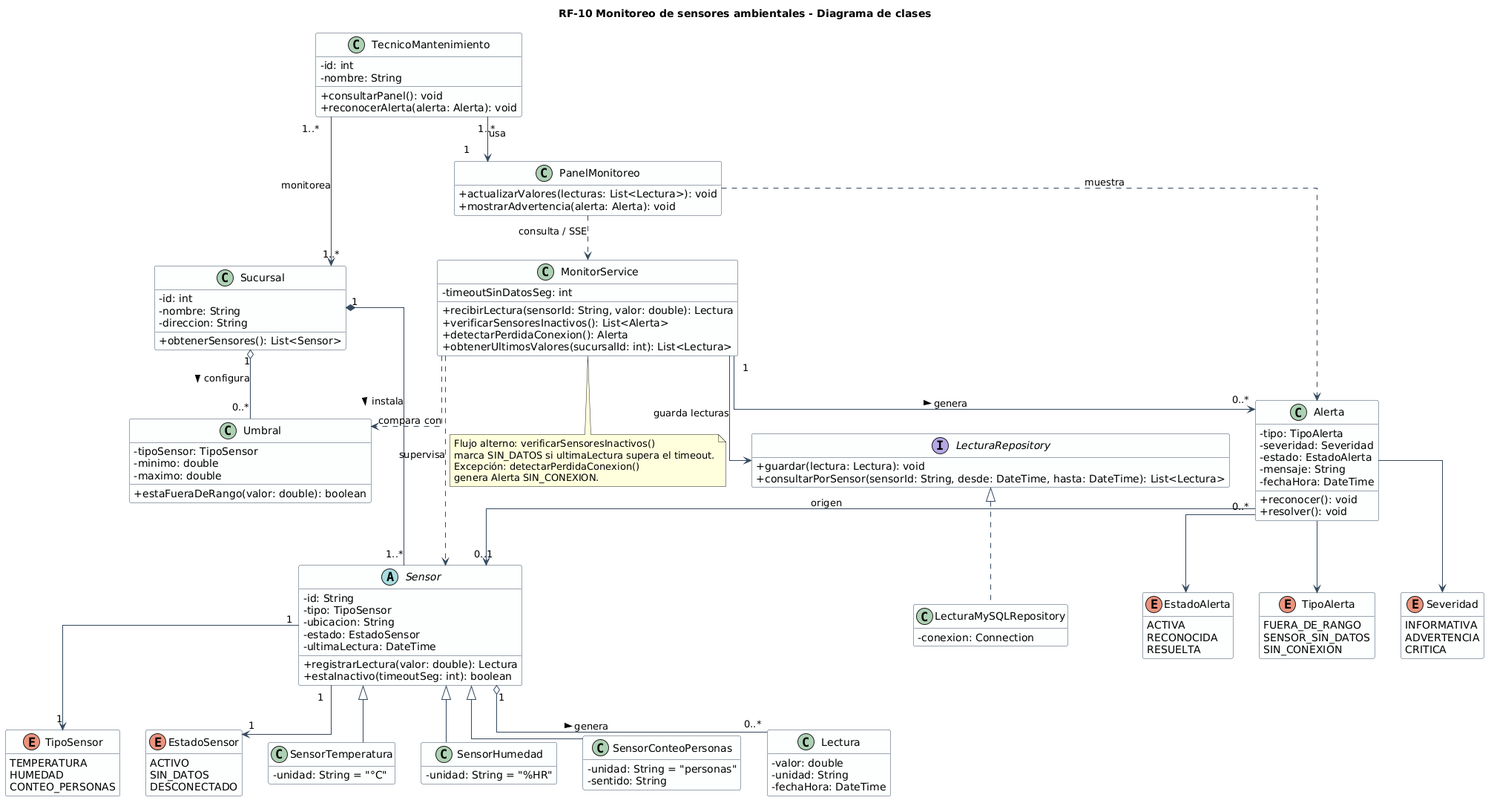
Earlier version of the PlantUML export etapa3/semana12-avance1/diagramas/clases_rf10.png (Reas0nt/BookVerse). The source it was exported from:
```plantuml
@startuml clases_rf10
title RF-10 Monitoreo de sensores ambientales - Diagrama de clases
skinparam classAttributeIconSize 0
skinparam shadowing false
skinparam linetype ortho
skinparam class {
  BackgroundColor #FDFEFE
  BorderColor #34495E
  ArrowColor #34495E
}
hide empty members

enum TipoSensor {
  TEMPERATURA
  HUMEDAD
  CONTEO_PERSONAS
}

enum EstadoSensor {
  ACTIVO
  SIN_DATOS
  DESCONECTADO
}

enum TipoAlerta {
  FUERA_DE_RANGO
  SENSOR_SIN_DATOS
  SIN_CONEXION
}

enum Severidad {
  INFORMATIVA
  ADVERTENCIA
  CRITICA
}

enum EstadoAlerta {
  ACTIVA
  RECONOCIDA
  RESUELTA
}

class Sucursal {
  - id: int
  - nombre: String
  - direccion: String
  + obtenerSensores(): List<Sensor>
}

abstract class Sensor {
  - id: String
  - tipo: TipoSensor
  - ubicacion: String
  - estado: EstadoSensor
  - ultimaLectura: DateTime
  + registrarLectura(valor: double): Lectura
  + estaInactivo(timeoutSeg: int): boolean
}

class SensorTemperatura {
  - unidad: String = "°C"
}

class SensorHumedad {
  - unidad: String = "%HR"
}

class SensorConteoPersonas {
  - unidad: String = "personas"
  - sentido: String
}

class Lectura {
  - valor: double
  - unidad: String
  - fechaHora: DateTime
}

class Umbral {
  - tipoSensor: TipoSensor
  - minimo: double
  - maximo: double
  + estaFueraDeRango(valor: double): boolean
}

class Alerta {
  - tipo: TipoAlerta
  - severidad: Severidad
  - estado: EstadoAlerta
  - mensaje: String
  - fechaHora: DateTime
  + reconocer(): void
  + resolver(): void
}

class MonitorService {
  - timeoutSinDatosSeg: int
  + recibirLectura(sensorId: String, valor: double): Lectura
  + verificarSensoresInactivos(): List<Alerta>
  + detectarPerdidaConexion(): Alerta
  + obtenerUltimosValores(sucursalId: int): List<Lectura>
}

interface LecturaRepository {
  + guardar(lectura: Lectura): void
  + consultarPorSensor(sensorId: String, desde: DateTime, hasta: DateTime): List<Lectura>
}

class LecturaMySQLRepository {
  - conexion: Connection
}

class PanelMonitoreo {
  + actualizarValores(lecturas: List<Lectura>): void
  + mostrarAdvertencia(alerta: Alerta): void
}

class TecnicoMantenimiento {
  - id: int
  - nombre: String
  + consultarPanel(): void
  + reconocerAlerta(alerta: Alerta): void
}

Sensor <|-- SensorTemperatura
Sensor <|-- SensorHumedad
Sensor <|-- SensorConteoPersonas

Sucursal "1" *-- "1..*" Sensor : instala >
Sensor "1" o-- "0..*" Lectura : genera >
Sensor "1" --> "1" TipoSensor
Sensor "1" --> "1" EstadoSensor
Sucursal "1" o-- "0..*" Umbral : configura >

MonitorService ..> Sensor : supervisa
MonitorService ..> Umbral : compara con
MonitorService "1" --> "0..*" Alerta : genera >
MonitorService --> LecturaRepository : guarda lecturas
LecturaRepository <|.. LecturaMySQLRepository
Alerta "0..*" --> "0..1" Sensor : origen
Alerta --> TipoAlerta
Alerta --> Severidad
Alerta --> EstadoAlerta

PanelMonitoreo ..> MonitorService : consulta / SSE
PanelMonitoreo ..> Alerta : muestra
TecnicoMantenimiento "1..*" --> "1" PanelMonitoreo : usa
TecnicoMantenimiento "1..*" --> "1..*" Sucursal : monitorea

note bottom of MonitorService
  Flujo alterno: verificarSensoresInactivos()
  marca SIN_DATOS si ultimaLectura supera el timeout.
  Excepción: detectarPerdidaConexion()
  genera Alerta SIN_CONEXION.
end note
@enduml
```
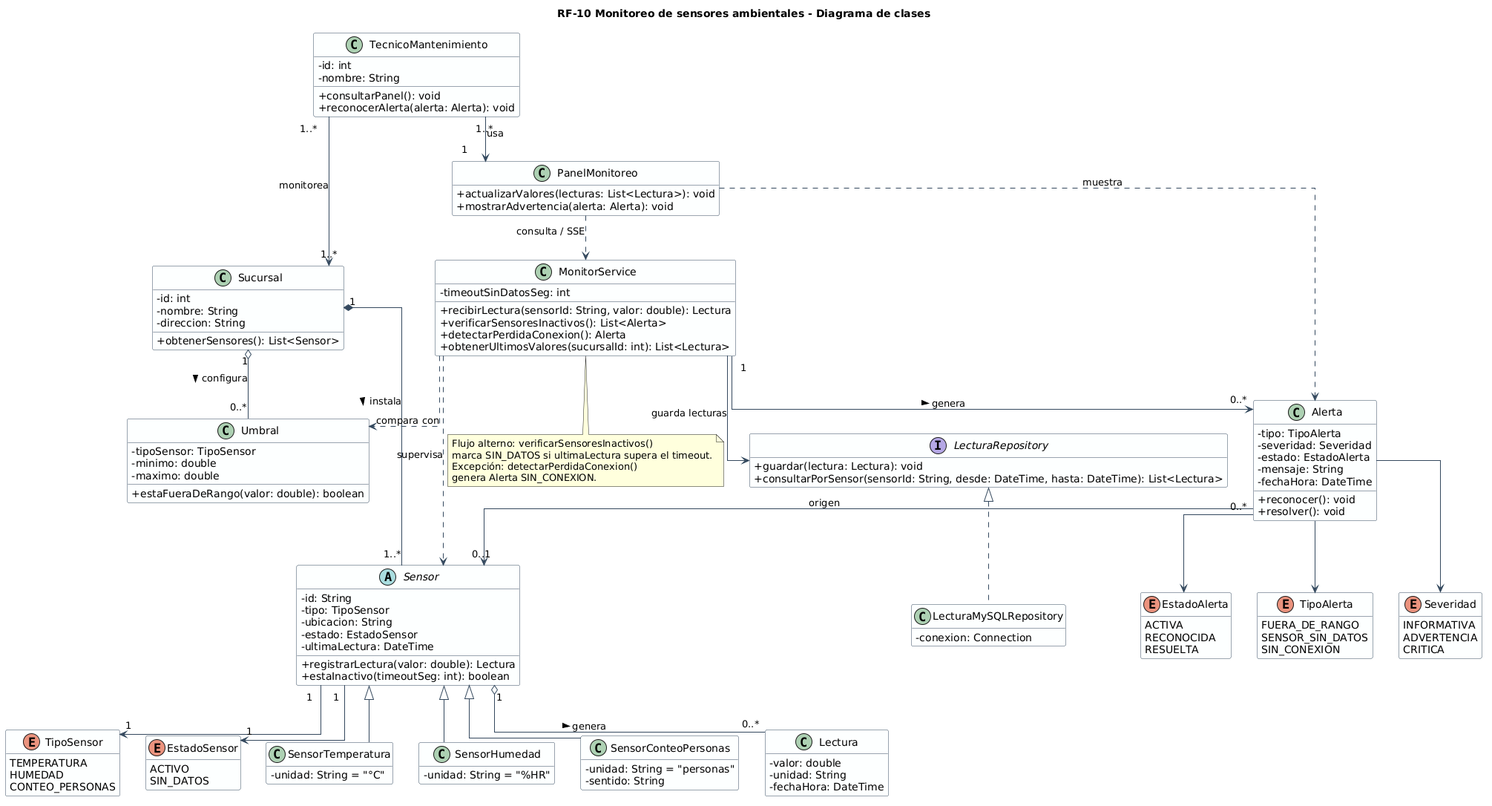
The same diagram one commit later.

What changed in the source:
```diff
@@ -19,7 +19,6 @@
 enum EstadoSensor {
   ACTIVO
   SIN_DATOS
-  DESCONECTADO
 }
 
 enum TipoAlerta {
```
